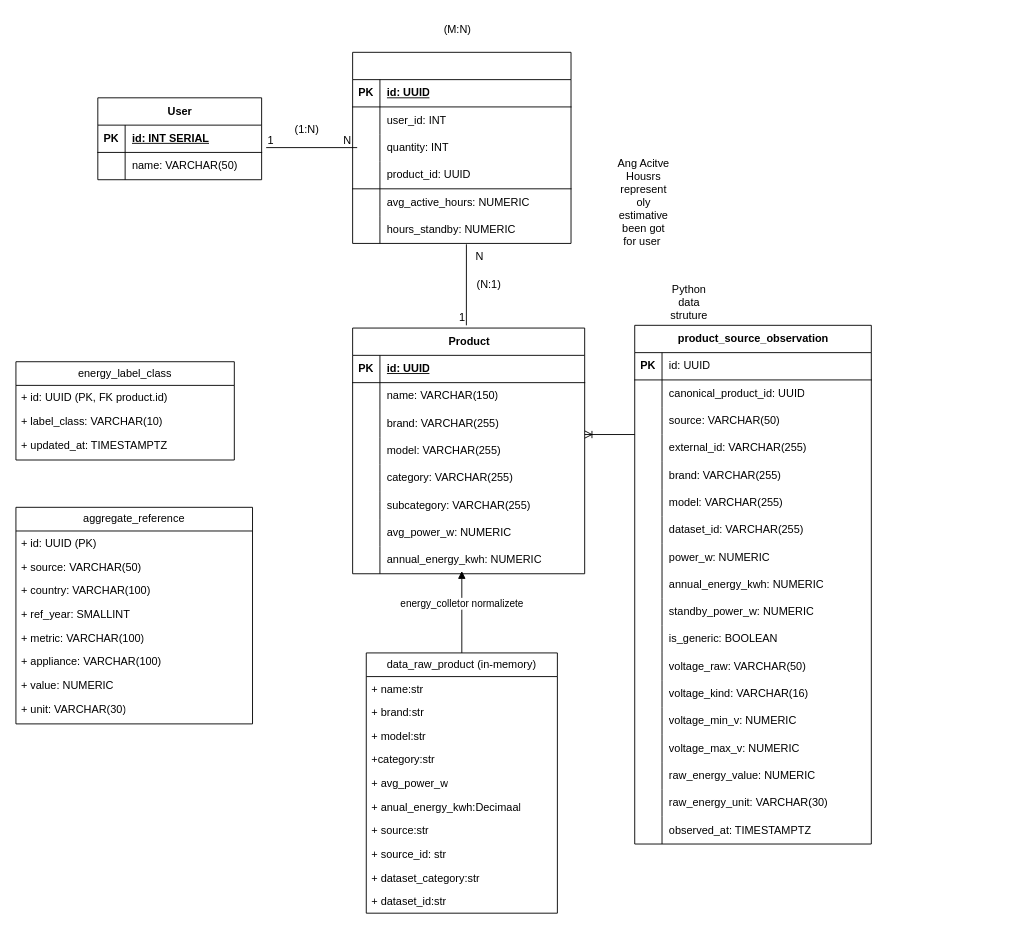
Earlier version of the draw.io diagram page "Database" (1 of 2) of docs/arquiteture.drawio (QuittoGames/Ampares-InterCanneloMarques). Source tidied: cells renumbered, new cells numbered last; positions are measured from the earlier drawing's top-left corner, leaving out a move shared by most shapes. Both pictures are drawn from the tidied source at 91%, with x=0, y=0 at pixel (15, 15).
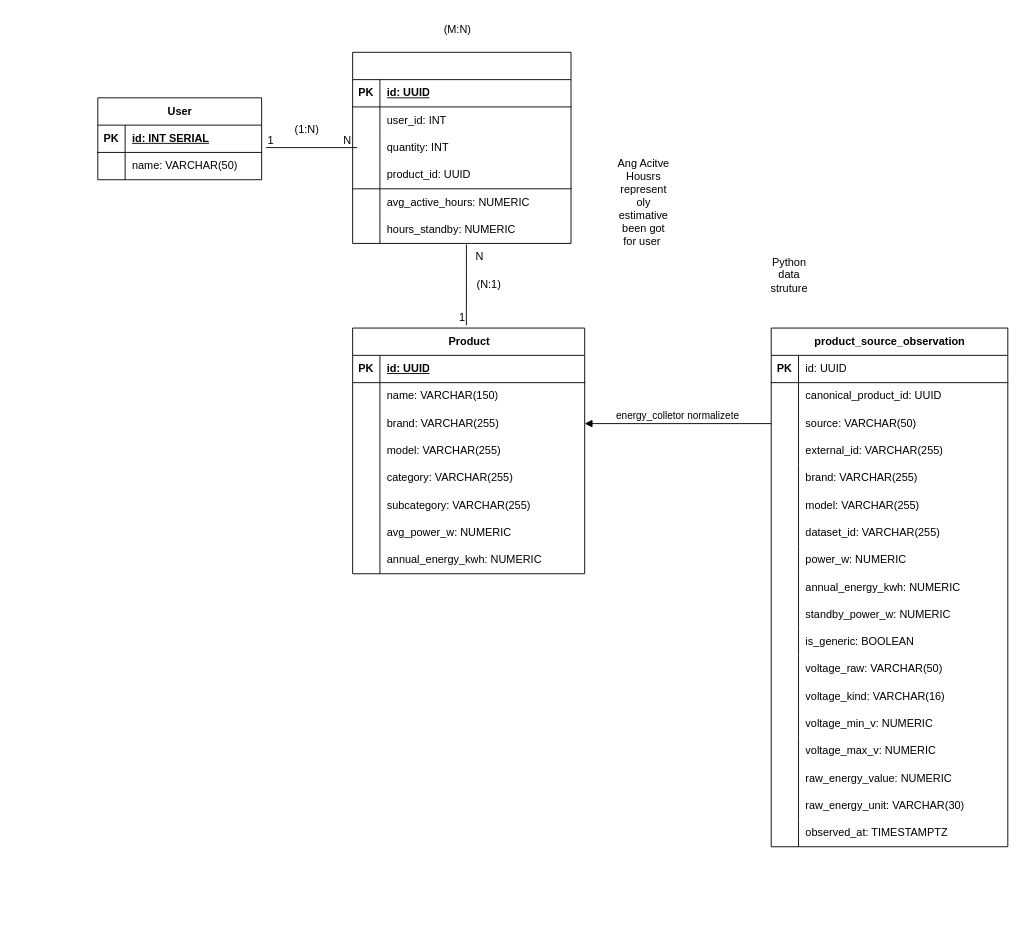
The same page after the edit.

The change refers to these unchanged cells:
```xml
<mxCell id="35" style="shape=tableRow;horizontal=0;startSize=0;swimlaneHead=0;swimlaneBody=0;fillColor=none;points=[[0,0.5],[1,0.5]];portConstraint=eastwest;top=0;left=0;right=0;bottom=0;" parent="28" vertex="1">
  <mxGeometry y="90" width="255" height="30" as="geometry" />
</mxCell>
<mxCell id="82" style="shape=tableRow;horizontal=0;startSize=0;swimlaneHead=0;swimlaneBody=0;fillColor=none;points=[[0,0.5],[1,0.5]];portConstraint=eastwest;top=0;left=0;right=0;bottom=0;" parent="75" vertex="1">
  <mxGeometry y="90" width="260" height="30" as="geometry" />
</mxCell>
```

The edit, as a diff of the source:
```diff
@@
-    <mxCell id="62" value="data_raw_product (in-memory)" style="swimlane;fontStyle=0;horizontal=1;startSize=26;fillColor=none;whiteSpace=wrap;html=1;" parent="1" vertex="1">
-      <mxGeometry x="385" y="700" width="210" height="286" as="geometry" />
-    </mxCell>
-    <mxCell id="63" value="+ name:str" style="text;strokeColor=none;fillColor=none;align=left;verticalAlign=top;spacingLeft=4;spacingRight=4;overflow=hidden;whiteSpace=wrap;html=1;" parent="62" vertex="1">
-      <mxGeometry y="26" width="210" height="26" as="geometry" />
-    </mxCell>
-    <mxCell id="64" value="+ brand:str" style="text;strokeColor=none;fillColor=none;align=left;verticalAlign=top;spacingLeft=4;spacingRight=4;overflow=hidden;whiteSpace=wrap;html=1;" parent="62" vertex="1">
-      <mxGeometry y="52" width="210" height="26" as="geometry" />
-    </mxCell>
-    <mxCell id="65" value="&lt;div&gt;&lt;span style=&quot;background-color: transparent;&quot;&gt;+ model:str&lt;/span&gt;&lt;/div&gt;" style="text;strokeColor=none;fillColor=none;align=left;verticalAlign=top;spacingLeft=4;spacingRight=4;overflow=hidden;whiteSpace=wrap;html=1;" parent="62" vertex="1">
-      <mxGeometry y="78" width="210" height="26" as="geometry" />
-    </mxCell>
-    <mxCell id="66" value="&lt;div&gt;&lt;span style=&quot;background-color: transparent;&quot;&gt;+category:str&lt;/span&gt;&lt;/div&gt;" style="text;strokeColor=none;fillColor=none;align=left;verticalAlign=top;spacingLeft=4;spacingRight=4;overflow=hidden;whiteSpace=wrap;html=1;" parent="62" vertex="1">
-      <mxGeometry y="104" width="210" height="26" as="geometry" />
-    </mxCell>
-    <mxCell id="67" value="&lt;div&gt;&lt;span style=&quot;background-color: transparent;&quot;&gt;+ avg_power_w&lt;/span&gt;&lt;/div&gt;" style="text;strokeColor=none;fillColor=none;align=left;verticalAlign=top;spacingLeft=4;spacingRight=4;overflow=hidden;whiteSpace=wrap;html=1;" parent="62" vertex="1">
-      <mxGeometry y="130" width="210" height="26" as="geometry" />
-    </mxCell>
-    <mxCell id="68" value="&lt;div&gt;&lt;span style=&quot;background-color: transparent;&quot;&gt;+ anual_energy_kwh:Decimaal&lt;/span&gt;&lt;/div&gt;" style="text;strokeColor=none;fillColor=none;align=left;verticalAlign=top;spacingLeft=4;spacingRight=4;overflow=hidden;whiteSpace=wrap;html=1;" parent="62" vertex="1">
-      <mxGeometry y="156" width="210" height="26" as="geometry" />
-    </mxCell>
-    <mxCell id="69" value="&lt;div&gt;&lt;span style=&quot;background-color: transparent;&quot;&gt;+ source:str&lt;/span&gt;&lt;/div&gt;" style="text;strokeColor=none;fillColor=none;align=left;verticalAlign=top;spacingLeft=4;spacingRight=4;overflow=hidden;whiteSpace=wrap;html=1;" parent="62" vertex="1">
-      <mxGeometry y="182" width="210" height="26" as="geometry" />
-    </mxCell>
-    <mxCell id="70" value="&lt;div&gt;&lt;span style=&quot;background-color: transparent;&quot;&gt;+ source_id: str&lt;/span&gt;&lt;/div&gt;" style="text;strokeColor=none;fillColor=none;align=left;verticalAlign=top;spacingLeft=4;spacingRight=4;overflow=hidden;whiteSpace=wrap;html=1;" parent="62" vertex="1">
-      <mxGeometry y="208" width="210" height="26" as="geometry" />
-    </mxCell>
-    <mxCell id="71" value="&lt;div&gt;&lt;span style=&quot;background-color: transparent;&quot;&gt;+ dataset_category:str&lt;/span&gt;&lt;/div&gt;" style="text;strokeColor=none;fillColor=none;align=left;verticalAlign=top;spacingLeft=4;spacingRight=4;overflow=hidden;whiteSpace=wrap;html=1;" parent="62" vertex="1">
-      <mxGeometry y="234" width="210" height="26" as="geometry" />
-    </mxCell>
-    <mxCell id="72" value="&lt;div&gt;&lt;span style=&quot;background-color: transparent;&quot;&gt;+ dataset_id:str&lt;/span&gt;&lt;/div&gt;" style="text;strokeColor=none;fillColor=none;align=left;verticalAlign=top;spacingLeft=4;spacingRight=4;overflow=hidden;whiteSpace=wrap;html=1;" parent="62" vertex="1">
-      <mxGeometry y="260" width="210" height="26" as="geometry" />
-    </mxCell>
-    <mxCell id="73" value="energy_colletor normalizete" style="html=1;verticalAlign=bottom;endArrow=block;curved=0;rounded=0;exitX=0.5;exitY=0;exitDx=0;exitDy=0;" parent="1" edge="1" source="62">
-      <mxGeometry relative="1" as="geometry">
-        <mxPoint x="490" y="610" as="targetPoint" />
-      </mxGeometry>
+    <mxCell id="73" value="energy_colletor normalizete" style="html=1;verticalAlign=bottom;endArrow=block;curved=0;rounded=0;exitX=0;exitY=0.5;exitDx=0;exitDy=0;entryX=1;entryY=0.5;entryDx=0;entryDy=0;" parent="1" edge="1" source="82" target="35">
+      <mxGeometry relative="1" as="geometry" />
     </mxCell>
@@
     <mxCell id="75" value="product_source_observation" style="shape=table;startSize=30;childLayout=tableLayout;rowLines=0;fontStyle=1;align=center;html=1;" parent="1" vertex="1">
-      <mxGeometry x="680" y="340" width="260" height="570" as="geometry" />
+      <mxGeometry x="830" y="343" width="260" height="570" as="geometry" />
     </mxCell>
@@
-    <mxCell id="130" value="energy_label_class" style="swimlane;fontStyle=0;horizontal=1;startSize=26;fillColor=none;whiteSpace=wrap;html=1;" parent="1" vertex="1">
-      <mxGeometry y="380" width="240" height="108" as="geometry" />
-    </mxCell>
-    <mxCell id="131" value="+ id: UUID (PK, FK product.id)" style="text;strokeColor=none;fillColor=none;align=left;verticalAlign=top;spacingLeft=4;spacingRight=4;overflow=hidden;whiteSpace=wrap;html=1;" parent="130" vertex="1">
-      <mxGeometry y="26" width="240" height="26" as="geometry" />
-    </mxCell>
-    <mxCell id="132" value="+ label_class: VARCHAR(10)" style="text;strokeColor=none;fillColor=none;align=left;verticalAlign=top;spacingLeft=4;spacingRight=4;overflow=hidden;whiteSpace=wrap;html=1;" parent="130" vertex="1">
-      <mxGeometry y="52" width="240" height="26" as="geometry" />
-    </mxCell>
-    <mxCell id="133" value="+ updated_at: TIMESTAMPTZ" style="text;strokeColor=none;fillColor=none;align=left;verticalAlign=top;spacingLeft=4;spacingRight=4;overflow=hidden;whiteSpace=wrap;html=1;" parent="130" vertex="1">
-      <mxGeometry y="78" width="240" height="26" as="geometry" />
-    </mxCell>
-    <mxCell id="134" value="aggregate_reference" style="swimlane;fontStyle=0;horizontal=1;startSize=26;fillColor=none;whiteSpace=wrap;html=1;" parent="1" vertex="1">
-      <mxGeometry y="540" width="260" height="238" as="geometry" />
-    </mxCell>
-    <mxCell id="135" value="+ id: UUID (PK)" style="text;strokeColor=none;fillColor=none;align=left;verticalAlign=top;spacingLeft=4;spacingRight=4;overflow=hidden;whiteSpace=wrap;html=1;" parent="134" vertex="1">
-      <mxGeometry y="26" width="260" height="26" as="geometry" />
-    </mxCell>
-    <mxCell id="136" value="+ source: VARCHAR(50)" style="text;strokeColor=none;fillColor=none;align=left;verticalAlign=top;spacingLeft=4;spacingRight=4;overflow=hidden;whiteSpace=wrap;html=1;" parent="134" vertex="1">
-      <mxGeometry y="52" width="260" height="26" as="geometry" />
-    </mxCell>
-    <mxCell id="137" value="+ country: VARCHAR(100)" style="text;strokeColor=none;fillColor=none;align=left;verticalAlign=top;spacingLeft=4;spacingRight=4;overflow=hidden;whiteSpace=wrap;html=1;" parent="134" vertex="1">
-      <mxGeometry y="78" width="260" height="26" as="geometry" />
-    </mxCell>
-    <mxCell id="138" value="+ ref_year: SMALLINT" style="text;strokeColor=none;fillColor=none;align=left;verticalAlign=top;spacingLeft=4;spacingRight=4;overflow=hidden;whiteSpace=wrap;html=1;" parent="134" vertex="1">
-      <mxGeometry y="104" width="260" height="26" as="geometry" />
-    </mxCell>
-    <mxCell id="139" value="+ metric: VARCHAR(100)" style="text;strokeColor=none;fillColor=none;align=left;verticalAlign=top;spacingLeft=4;spacingRight=4;overflow=hidden;whiteSpace=wrap;html=1;" parent="134" vertex="1">
-      <mxGeometry y="130" width="260" height="26" as="geometry" />
-    </mxCell>
-    <mxCell id="140" value="+ appliance: VARCHAR(100)" style="text;strokeColor=none;fillColor=none;align=left;verticalAlign=top;spacingLeft=4;spacingRight=4;overflow=hidden;whiteSpace=wrap;html=1;" parent="134" vertex="1">
-      <mxGeometry y="156" width="260" height="26" as="geometry" />
-    </mxCell>
-    <mxCell id="141" value="+ value: NUMERIC" style="text;strokeColor=none;fillColor=none;align=left;verticalAlign=top;spacingLeft=4;spacingRight=4;overflow=hidden;whiteSpace=wrap;html=1;" parent="134" vertex="1">
-      <mxGeometry y="182" width="260" height="26" as="geometry" />
-    </mxCell>
-    <mxCell id="142" value="+ unit: VARCHAR(30)" style="text;strokeColor=none;fillColor=none;align=left;verticalAlign=top;spacingLeft=4;spacingRight=4;overflow=hidden;whiteSpace=wrap;html=1;" parent="134" vertex="1">
-      <mxGeometry y="208" width="260" height="26" as="geometry" />
-    </mxCell>
-    <mxCell id="143" style="endArrow=ERoneToMany;html=1;rounded=0;" parent="1" edge="1">
-      <mxGeometry relative="1" as="geometry">
-        <mxPoint x="680" y="460" as="sourcePoint" />
-        <mxPoint x="625" y="460" as="targetPoint" />
-      </mxGeometry>
-    </mxCell>
     <mxCell id="144" value="Python data struture" style="text;html=1;whiteSpace=wrap;strokeColor=none;fillColor=none;align=center;verticalAlign=middle;rounded=0;" parent="1" vertex="1">
-      <mxGeometry x="710" y="300" width="60" height="30" as="geometry" />
+      <mxGeometry x="820" y="270" width="60" height="30" as="geometry" />
     </mxCell>
```
